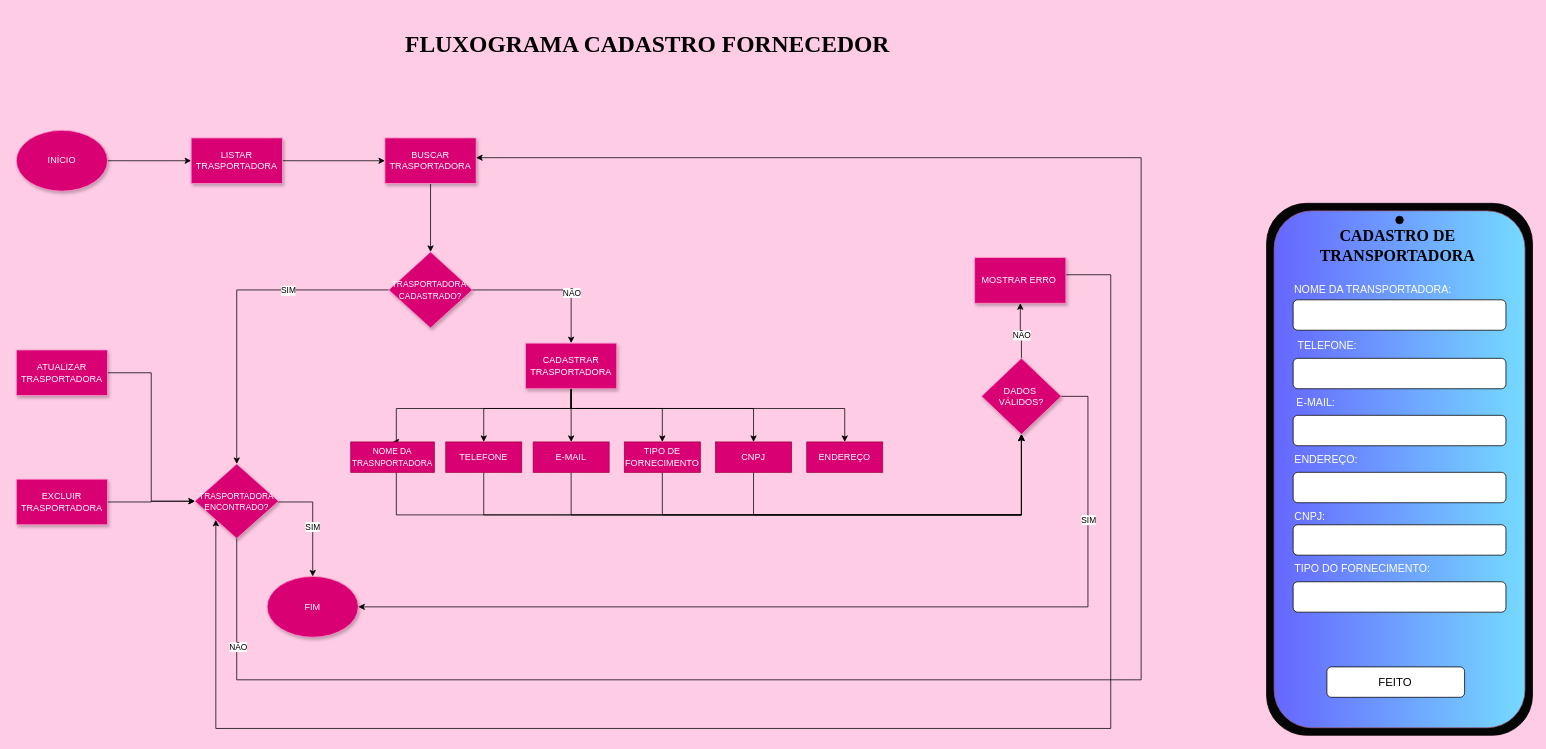
Before: page "TRANSPORTADORA" (5 of 9) of DOC/FLUXOGRAMA.drawio in Anabovo/avatar.app, a draw.io diagram. Source tidied: cells renumbered, new cells numbered last; positions are measured from the earlier drawing's top-left corner, leaving out a move shared by most shapes. Both pictures are drawn from the tidied source at 76%, with x=0, y=0 at pixel (16, 13).
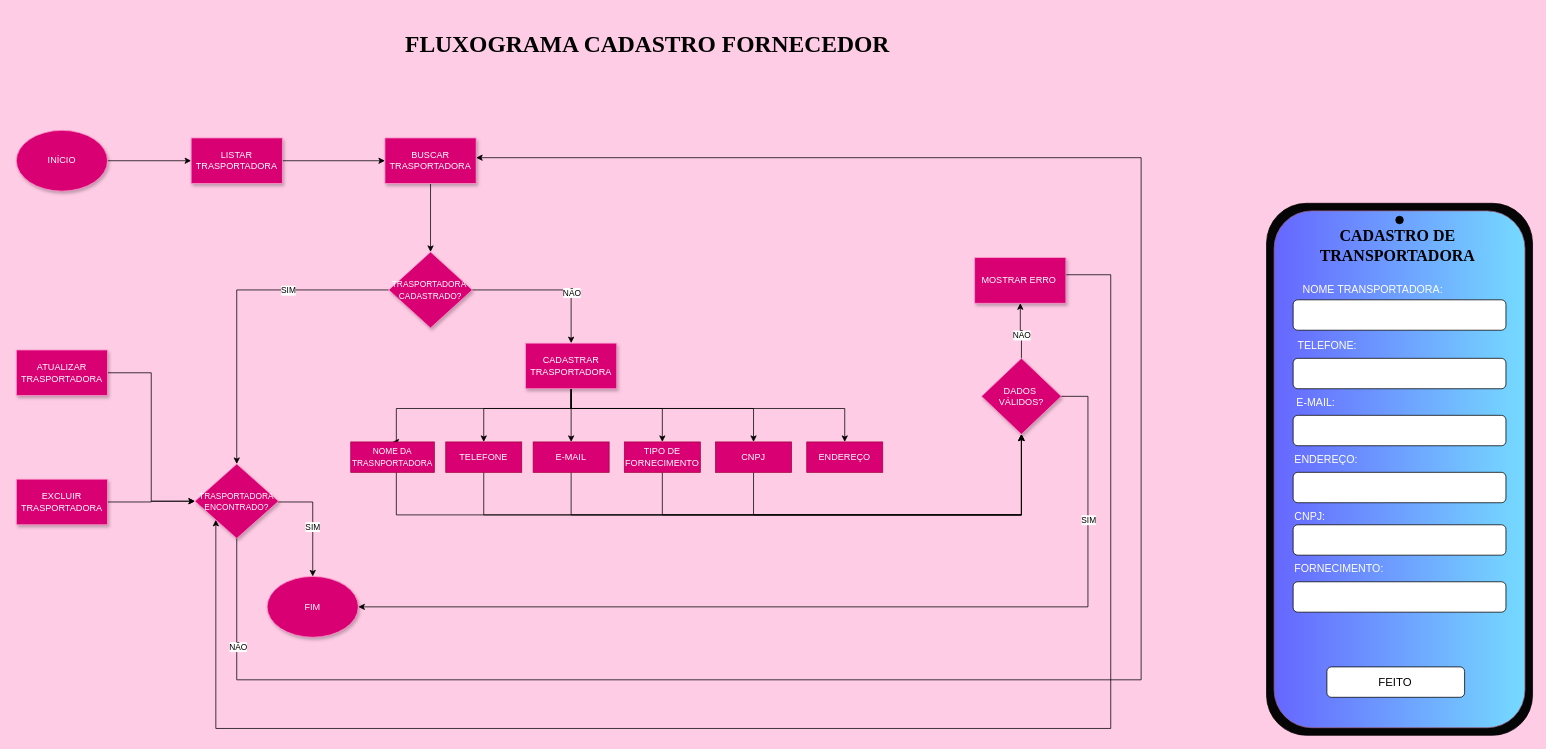
The same page after the edit.

The edit, as a diff of the source:
```diff
@@
-    <mxCell id="6" value="&lt;span style=&quot;font-size: 14px;&quot;&gt;&lt;font color=&quot;#ffffff&quot;&gt;NOME DA TRANSPORTADORA:&lt;/font&gt;&lt;/span&gt;" style="text;html=1;align=center;verticalAlign=middle;whiteSpace=wrap;rounded=0;" parent="1" vertex="1">
+    <mxCell id="6" value="&lt;span style=&quot;font-size: 14px;&quot;&gt;&lt;font color=&quot;#ffffff&quot;&gt;NOME TRANSPORTADORA:&lt;/font&gt;&lt;/span&gt;" style="text;html=1;align=center;verticalAlign=middle;whiteSpace=wrap;rounded=0;" parent="1" vertex="1">
       <mxGeometry x="1680" y="346.5" width="210" height="35" as="geometry" />
     </mxCell>
@@
-    <mxCell id="63" value="&lt;font color=&quot;#ffffff&quot;&gt;&lt;span style=&quot;font-size: 14px;&quot;&gt;TIPO DO FORNECIMENTO:&lt;/span&gt;&lt;/font&gt;" style="text;html=1;align=left;verticalAlign=middle;whiteSpace=wrap;rounded=0;" parent="1" vertex="1">
+    <mxCell id="63" value="&lt;font color=&quot;#ffffff&quot;&gt;&lt;span style=&quot;font-size: 14px;&quot;&gt;FORNECIMENTO:&lt;/span&gt;&lt;/font&gt;" style="text;html=1;align=left;verticalAlign=middle;whiteSpace=wrap;rounded=0;" parent="1" vertex="1">
       <mxGeometry x="1680" y="713" width="210" height="35" as="geometry" />
     </mxCell>
```
